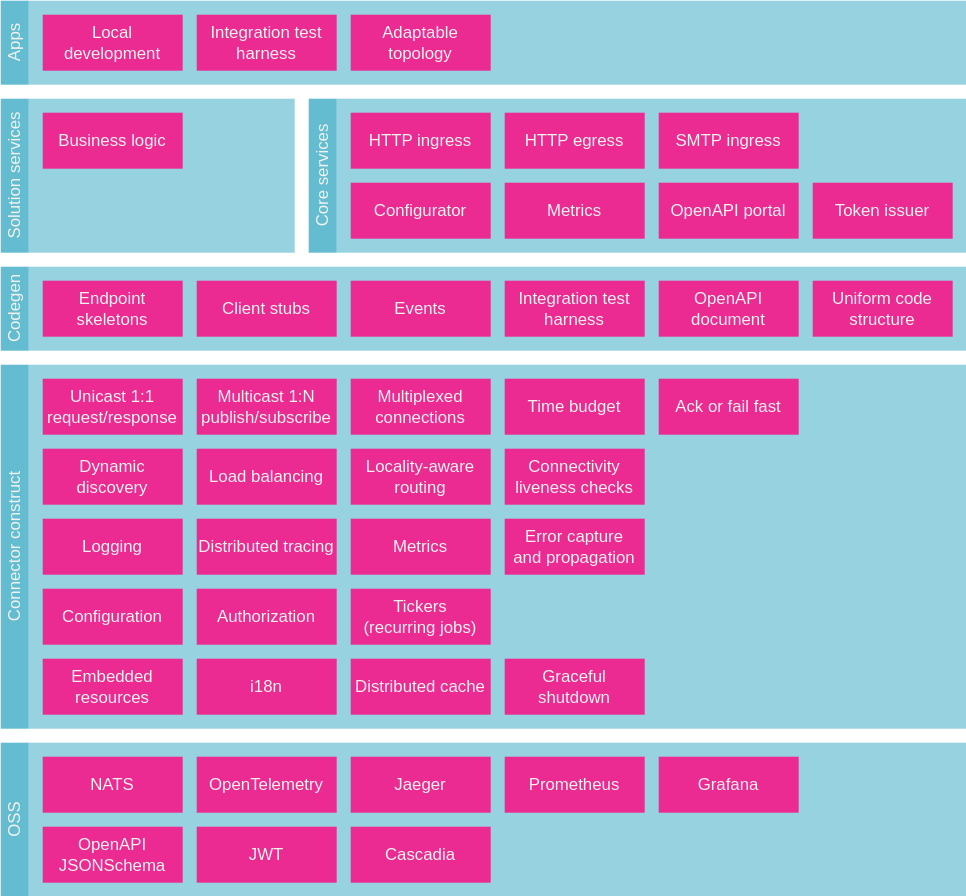
Before: docs/blocks/layers-1.drawio.svg, a diagram exported from draw.io (bhardwajRahul/fabric). Source tidied: cells renumbered, new cells last; positions are measured from the earlier drawing's top-left corner, leaving out a move shared by most shapes.
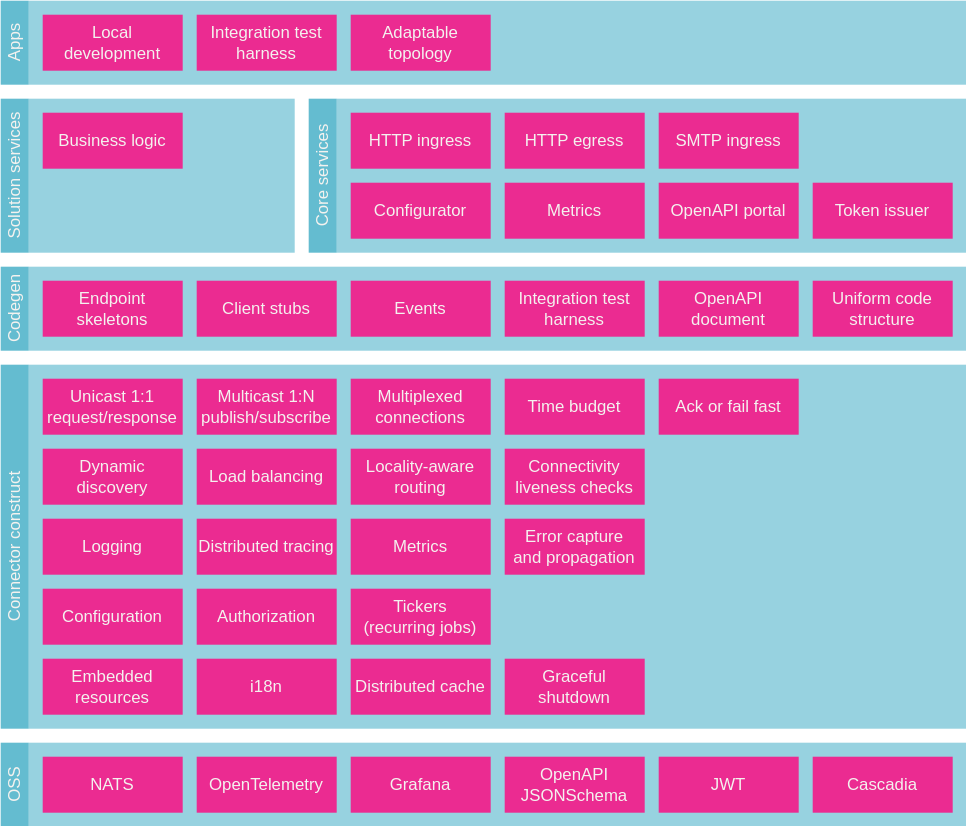
The same diagram one commit later.

The edit, as a diff of the source:
```diff
@@ -3,10 +3,10 @@
     <mxCell id="0" />
     <mxCell id="1" parent="0" />
     <mxCell id="2" style="rounded=0;whiteSpace=wrap;html=1;dashed=1;fillColor=#31a6c1;opacity=50;strokeColor=none;align=center;verticalAlign=middle;fontFamily=Helvetica;fontSize=12;fontColor=#F4F2EF;" parent="1" vertex="1">
-      <mxGeometry x="20" y="530" width="670" height="110" as="geometry" />
+      <mxGeometry x="20" y="530" width="670" height="60" as="geometry" />
     </mxCell>
     <mxCell id="3" value="OSS" style="rounded=0;whiteSpace=wrap;html=1;horizontal=0;strokeColor=none;fillColor=#31a6c1;opacity=75;shadow=0;fontColor=#F4F2EF;" parent="1" vertex="1">
-      <mxGeometry y="530" width="20" height="110" as="geometry" />
+      <mxGeometry y="530" width="20" height="60" as="geometry" />
     </mxCell>
     <mxCell id="4" style="rounded=0;whiteSpace=wrap;html=1;dashed=1;fillColor=#31a6c1;opacity=50;strokeColor=none;align=center;verticalAlign=middle;fontFamily=Helvetica;fontSize=12;fontColor=#F4F2EF;" parent="1" vertex="1">
       <mxGeometry x="20" y="260" width="670" height="260" as="geometry" />
@@ -80,14 +80,8 @@
     <mxCell id="27" value="NATS" style="rounded=0;whiteSpace=wrap;html=1;fillColor=#eb2b91;strokeColor=none;fontColor=#F4F2EF;align=center;verticalAlign=middle;fontFamily=Helvetica;fontSize=12;" parent="1" vertex="1">
       <mxGeometry x="30" y="540" width="100" height="40" as="geometry" />
     </mxCell>
-    <mxCell id="28" value="Jaeger" style="rounded=0;whiteSpace=wrap;html=1;fillColor=#eb2b91;strokeColor=none;fontColor=#F4F2EF;align=center;verticalAlign=middle;fontFamily=Helvetica;fontSize=12;" parent="1" vertex="1">
-      <mxGeometry x="250" y="540" width="100" height="40" as="geometry" />
-    </mxCell>
-    <mxCell id="29" value="Prometheus" style="rounded=0;whiteSpace=wrap;html=1;fillColor=#eb2b91;strokeColor=none;fontColor=#F4F2EF;align=center;verticalAlign=middle;fontFamily=Helvetica;fontSize=12;" parent="1" vertex="1">
-      <mxGeometry x="360" y="540" width="100" height="40" as="geometry" />
-    </mxCell>
     <mxCell id="30" value="Grafana" style="rounded=0;whiteSpace=wrap;html=1;fillColor=#eb2b91;strokeColor=none;fontColor=#F4F2EF;align=center;verticalAlign=middle;fontFamily=Helvetica;fontSize=12;" parent="1" vertex="1">
-      <mxGeometry x="470" y="540" width="100" height="40" as="geometry" />
+      <mxGeometry x="250" y="540" width="100" height="40" as="geometry" />
     </mxCell>
     <mxCell id="31" value="Connectivity liveness checks" style="rounded=0;whiteSpace=wrap;html=1;fillColor=#eb2b91;strokeColor=none;fontColor=#F4F2EF;align=center;verticalAlign=middle;fontFamily=Helvetica;fontSize=12;" parent="1" vertex="1">
       <mxGeometry x="360" y="320" width="100" height="40" as="geometry" />
@@ -120,13 +114,13 @@
       <mxGeometry x="250" y="200" width="100" height="40" as="geometry" />
     </mxCell>
     <mxCell id="41" value="OpenAPI&lt;br&gt;JSONSchema" style="rounded=0;whiteSpace=wrap;html=1;fillColor=#eb2b91;strokeColor=none;fontColor=#F4F2EF;align=center;verticalAlign=middle;fontFamily=Helvetica;fontSize=12;" parent="1" vertex="1">
-      <mxGeometry x="30" y="590" width="100" height="40" as="geometry" />
+      <mxGeometry x="360" y="540" width="100" height="40" as="geometry" />
     </mxCell>
     <mxCell id="42" value="OpenTelemetry" style="rounded=0;whiteSpace=wrap;html=1;fillColor=#eb2b91;strokeColor=none;fontColor=#F4F2EF;align=center;verticalAlign=middle;fontFamily=Helvetica;fontSize=12;" parent="1" vertex="1">
       <mxGeometry x="140" y="540" width="100" height="40" as="geometry" />
     </mxCell>
     <mxCell id="43" value="Cascadia" style="rounded=0;whiteSpace=wrap;html=1;fillColor=#eb2b91;strokeColor=none;fontColor=#F4F2EF;align=center;verticalAlign=middle;fontFamily=Helvetica;fontSize=12;" parent="1" vertex="1">
-      <mxGeometry x="250" y="590" width="100" height="40" as="geometry" />
+      <mxGeometry x="580" y="540" width="100" height="40" as="geometry" />
     </mxCell>
     <mxCell id="44" value="i18n" style="rounded=0;whiteSpace=wrap;html=1;fillColor=#eb2b91;strokeColor=none;fontColor=#F4F2EF;align=center;verticalAlign=middle;fontFamily=Helvetica;fontSize=12;" parent="1" vertex="1">
       <mxGeometry x="140" y="470" width="100" height="40" as="geometry" />
@@ -171,7 +165,7 @@
       <mxGeometry x="140" y="420" width="100" height="40" as="geometry" />
     </mxCell>
     <mxCell id="58" value="JWT" style="rounded=0;whiteSpace=wrap;html=1;fillColor=#eb2b91;strokeColor=none;fontColor=#F4F2EF;align=center;verticalAlign=middle;fontFamily=Helvetica;fontSize=12;" parent="1" vertex="1">
-      <mxGeometry x="140" y="590" width="100" height="40" as="geometry" />
+      <mxGeometry x="470" y="540" width="100" height="40" as="geometry" />
     </mxCell>
   </root>
 </mxGraphModel>
```
